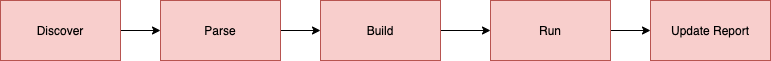
This is docs/_static/GeneralPipeline.png from buildtesters/buildtest, a draw.io export, as it was before one commit. Source tidied: cells renumbered, new cells last; positions are measured from the earlier drawing's top-left corner, leaving out a move shared by most shapes. The source it was exported from:
```xml
<mxGraphModel>
  <root>
    <mxCell id="0" />
    <mxCell id="1" parent="0" />
    <mxCell id="2" style="edgeStyle=orthogonalEdgeStyle;rounded=0;jettySize=auto;html=1;" parent="1" edge="1" source="3" target="5">
      <mxGeometry relative="1" as="geometry" />
    </mxCell>
    <mxCell id="3" value="Parse" style="rounded=0;whiteSpace=wrap;html=1;fillColor=#f8cecc;strokeColor=#b85450;" parent="1" vertex="1">
      <mxGeometry x="160" width="120" height="60" as="geometry" />
    </mxCell>
    <mxCell id="4" style="edgeStyle=orthogonalEdgeStyle;rounded=0;jettySize=auto;html=1;" parent="1" edge="1" source="5" target="7">
      <mxGeometry relative="1" as="geometry" />
    </mxCell>
    <mxCell id="5" value="Build" style="rounded=0;whiteSpace=wrap;html=1;fillColor=#f8cecc;strokeColor=#b85450;" parent="1" vertex="1">
      <mxGeometry x="320" width="120" height="60" as="geometry" />
    </mxCell>
    <mxCell id="6" style="edgeStyle=orthogonalEdgeStyle;rounded=0;jettySize=auto;html=1;" parent="1" edge="1" source="7" target="8">
      <mxGeometry relative="1" as="geometry" />
    </mxCell>
    <mxCell id="7" value="Run" style="rounded=0;whiteSpace=wrap;html=1;fillColor=#f8cecc;strokeColor=#b85450;" parent="1" vertex="1">
      <mxGeometry x="490" width="120" height="60" as="geometry" />
    </mxCell>
    <mxCell id="8" value="Update Report" style="rounded=0;whiteSpace=wrap;html=1;fillColor=#f8cecc;strokeColor=#b85450;" parent="1" vertex="1">
      <mxGeometry x="650" width="120" height="60" as="geometry" />
    </mxCell>
    <mxCell id="9" style="edgeStyle=orthogonalEdgeStyle;rounded=0;jettySize=auto;html=1;" parent="1" edge="1" source="10" target="3">
      <mxGeometry relative="1" as="geometry" />
    </mxCell>
    <mxCell id="10" value="Discover" style="rounded=0;whiteSpace=wrap;html=1;fillColor=#f8cecc;strokeColor=#b85450;" parent="1" vertex="1">
      <mxGeometry width="120" height="60" as="geometry" />
    </mxCell>
  </root>
</mxGraphModel>
```
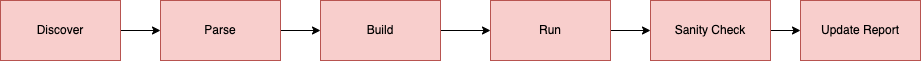
Above is the later version.

Commit message:
update diagrams and rewrite content of Building and Test page

Diff of the diagram source:
```diff
@@ -20,7 +20,10 @@
     <mxCell id="7" value="Run" style="rounded=0;whiteSpace=wrap;html=1;fillColor=#f8cecc;strokeColor=#b85450;" parent="1" vertex="1">
       <mxGeometry x="490" width="120" height="60" as="geometry" />
     </mxCell>
+    <mxCell id="11" style="edgeStyle=orthogonalEdgeStyle;rounded=0;jettySize=auto;html=1;" parent="1" edge="1" source="8" target="12">
+      <mxGeometry relative="1" as="geometry" />
+    </mxCell>
-    <mxCell id="8" value="Update Report" style="rounded=0;whiteSpace=wrap;html=1;fillColor=#f8cecc;strokeColor=#b85450;" parent="1" vertex="1">
+    <mxCell id="8" value="Sanity Check" style="rounded=0;whiteSpace=wrap;html=1;fillColor=#f8cecc;strokeColor=#b85450;" parent="1" vertex="1">
       <mxGeometry x="650" width="120" height="60" as="geometry" />
     </mxCell>
     <mxCell id="9" style="edgeStyle=orthogonalEdgeStyle;rounded=0;jettySize=auto;html=1;" parent="1" edge="1" source="10" target="3">
@@ -29,5 +32,8 @@
     <mxCell id="10" value="Discover" style="rounded=0;whiteSpace=wrap;html=1;fillColor=#f8cecc;strokeColor=#b85450;" parent="1" vertex="1">
       <mxGeometry width="120" height="60" as="geometry" />
     </mxCell>
+    <mxCell id="12" value="Update Report" style="rounded=0;whiteSpace=wrap;html=1;fillColor=#f8cecc;strokeColor=#b85450;" parent="1" vertex="1">
+      <mxGeometry x="800" width="120" height="60" as="geometry" />
+    </mxCell>
   </root>
 </mxGraphModel>
```
